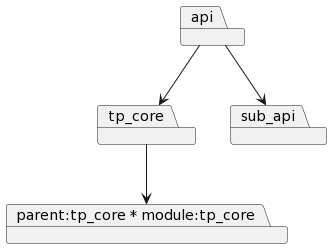
Earlier version of the PlantUML export diagrams/test_project-apiView_filtered.png (Perlten/Architectural-Lens).
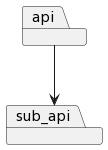
After the change.

The edit, as a diff of the source:
```diff
@@ -1,9 +1,5 @@
 @startuml
 package "api"
-package "tp_core"
 package "sub_api"
-package "parent:tp_core * module:tp_core"
-"api"-->"tp_core"
 "api"-->"sub_api"
-"tp_core"-->"parent:tp_core * module:tp_core"
 @enduml
```
